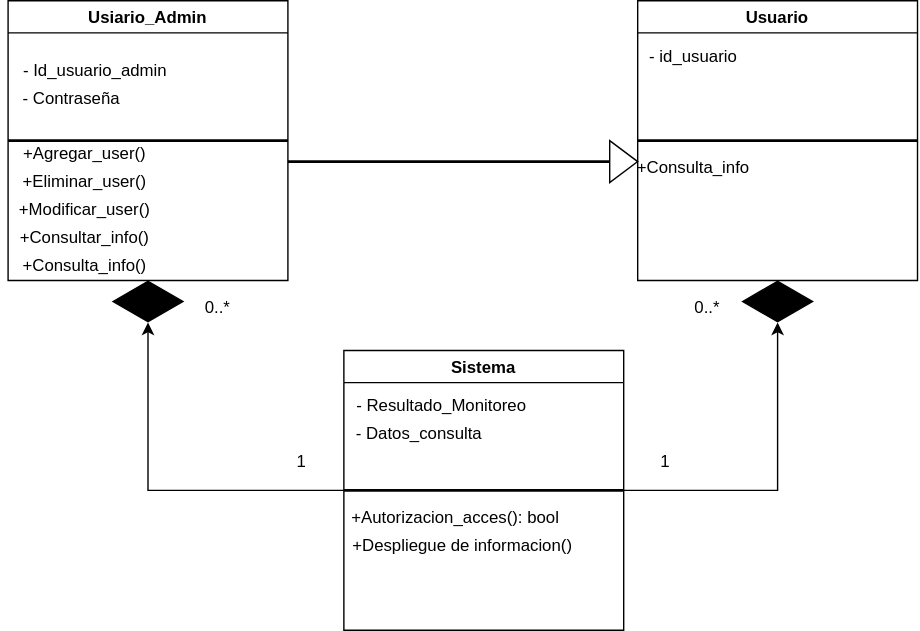
Earlier version of the draw.io export images/DiagramaDeClases.drawio.svg (abraham22rodriguez/AnalisisAvanzadoDeSoftware_AbrahamRodriguez). Source tidied: cells renumbered, new cells last; positions are measured from the earlier drawing's top-left corner, leaving out a move shared by most shapes.
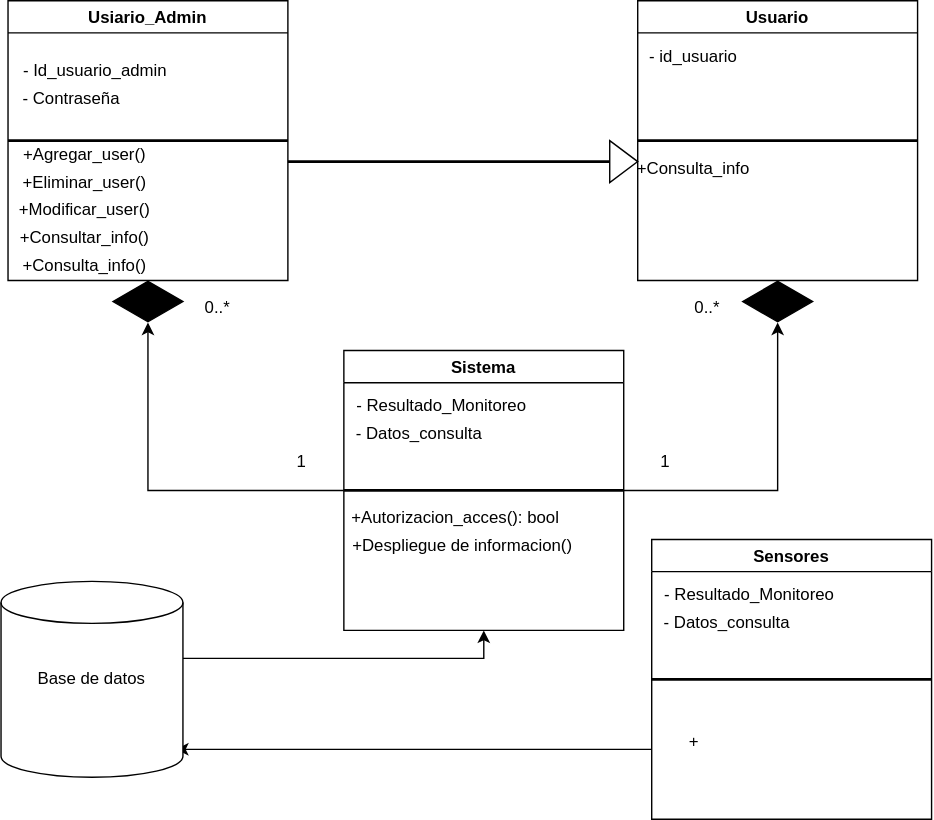
The same file after the commit.

The edit, as a diff of the source:
```diff
@@ -89,5 +89,33 @@
     <mxCell id="30" value="1" style="text;html=1;strokeColor=none;fillColor=none;align=center;verticalAlign=middle;whiteSpace=wrap;rounded=0;" parent="1" vertex="1">
       <mxGeometry x="455" y="320" width="40" height="20" as="geometry" />
     </mxCell>
+    <mxCell id="31" style="edgeStyle=orthogonalEdgeStyle;rounded=0;jettySize=auto;html=1;entryX=0.5;entryY=1;entryDx=0;entryDy=0;" parent="1" edge="1" target="11">
+      <mxGeometry relative="1" as="geometry">
+        <mxPoint x="130" y="470" as="sourcePoint" />
+      </mxGeometry>
+    </mxCell>
+    <mxCell id="32" style="edgeStyle=orthogonalEdgeStyle;rounded=0;jettySize=auto;html=1;exitX=0;exitY=0.75;exitDx=0;exitDy=0;" parent="1" edge="1" source="33">
+      <mxGeometry relative="1" as="geometry">
+        <mxPoint x="125" y="535" as="targetPoint" />
+      </mxGeometry>
+    </mxCell>
+    <mxCell id="33" value="Sensores" style="swimlane;" parent="1" vertex="1">
+      <mxGeometry x="465" y="385" width="200" height="200" as="geometry" />
+    </mxCell>
+    <mxCell id="34" style="line;strokeWidth=2;html=1;" parent="33" vertex="1">
+      <mxGeometry y="95" width="200" height="10" as="geometry" />
+    </mxCell>
+    <mxCell id="35" value="- Resultado_Monitoreo" style="text;html=1;strokeColor=none;fillColor=none;align=center;verticalAlign=middle;whiteSpace=wrap;rounded=0;" parent="33" vertex="1">
+      <mxGeometry y="30" width="140" height="20" as="geometry" />
+    </mxCell>
+    <mxCell id="36" value="- Datos_consulta" style="text;html=1;strokeColor=none;fillColor=none;align=center;verticalAlign=middle;whiteSpace=wrap;rounded=0;" parent="33" vertex="1">
+      <mxGeometry x="-6" y="50" width="120" height="20" as="geometry" />
+    </mxCell>
+    <mxCell id="37" value="+" style="text;html=1;align=center;verticalAlign=middle;" parent="33" vertex="1">
+      <mxGeometry x="20" y="135" width="20" height="20" as="geometry" />
+    </mxCell>
+    <mxCell id="38" value="Base de datos" style="shape=cylinder2;whiteSpace=wrap;html=1;boundedLbl=1;backgroundOutline=1;size=15;" parent="1" vertex="1">
+      <mxGeometry y="415" width="130" height="140" as="geometry" />
+    </mxCell>
   </root>
 </mxGraphModel>
```
